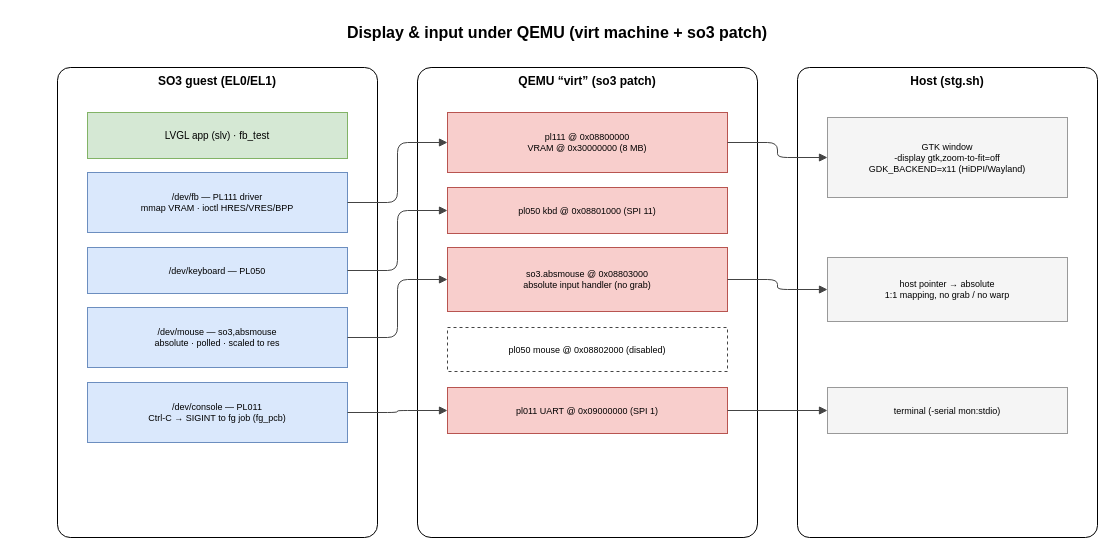
Above: page "io" (11 of 11) of doc/source/img/so3.drawio in smartobjectoriented/so3 (draw.io), before the change. Source tidied: cells renumbered, new cells numbered last; positions are measured from the earlier drawing's top-left corner, leaving out a move shared by most shapes. Both pictures are drawn from the tidied source at 100%, with x=0, y=0 at pixel (17, 17).
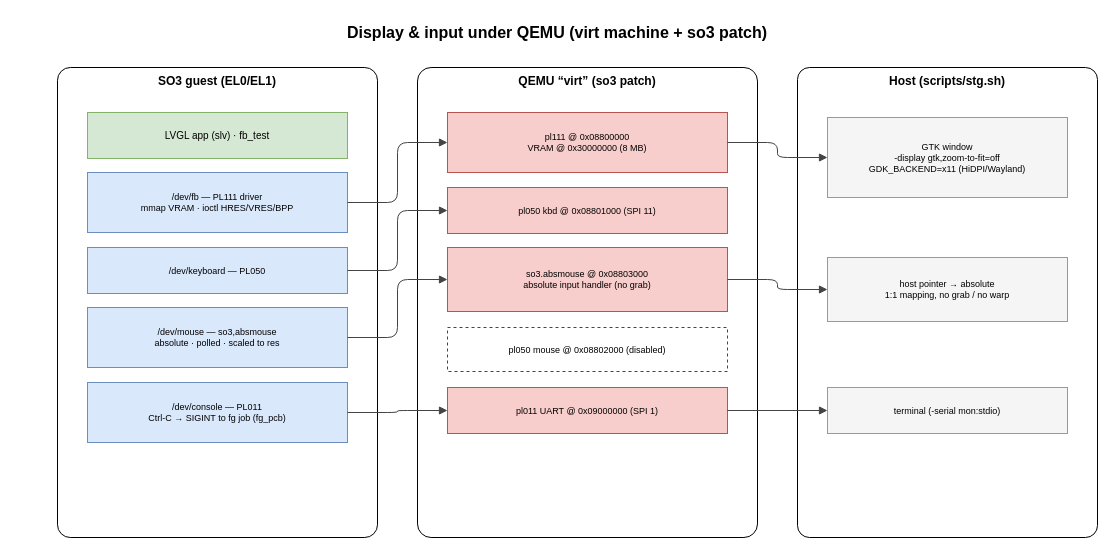
After the change.

Diff of the diagram source:
```diff
@@
-    <mxCell id="15" value="Host  (stg.sh)" style="rounded=1;whiteSpace=wrap;html=1;arcSize=4;verticalAlign=top;fontStyle=1;fontSize=12;fontStyle=1;" parent="1" vertex="1">
+    <mxCell id="15" value="Host  (scripts/stg.sh)" style="rounded=1;whiteSpace=wrap;html=1;arcSize=4;verticalAlign=top;fontStyle=1;fontSize=12;fontStyle=1;" parent="1" vertex="1">
       <mxGeometry x="780" y="50" width="300" height="470" as="geometry" />
     </mxCell>
```
